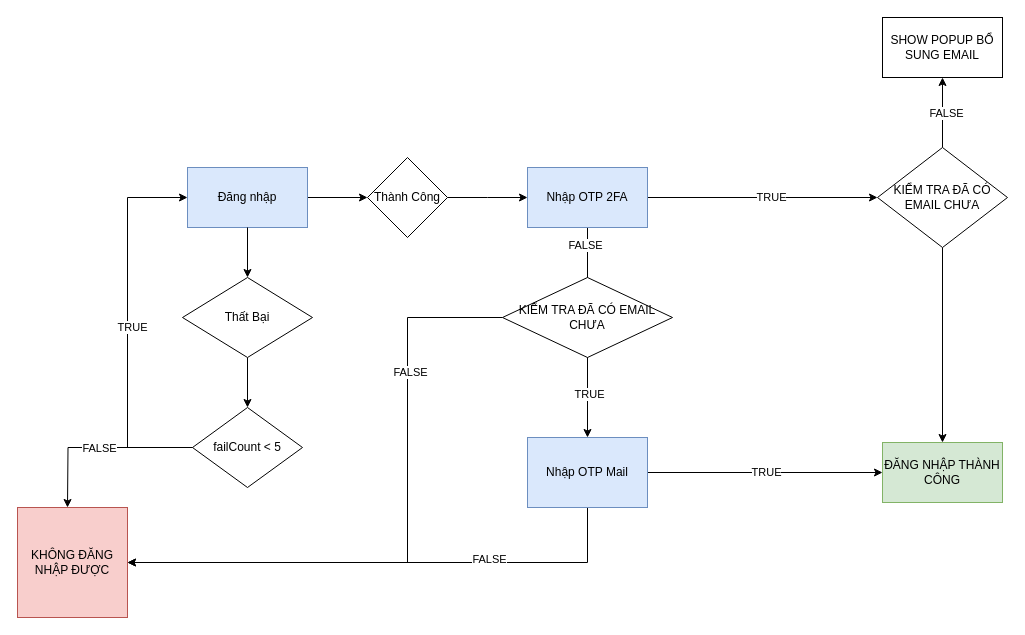
Earlier version of the draw.io diagram Untitled Diagram.drawio (tamdt5/mindmap). Source tidied: cells renumbered, new cells numbered last; positions are measured from the earlier drawing's top-left corner, leaving out a move shared by most shapes. Both pictures are drawn from the tidied source at 100%, with x=0, y=0 at pixel (17, 17).
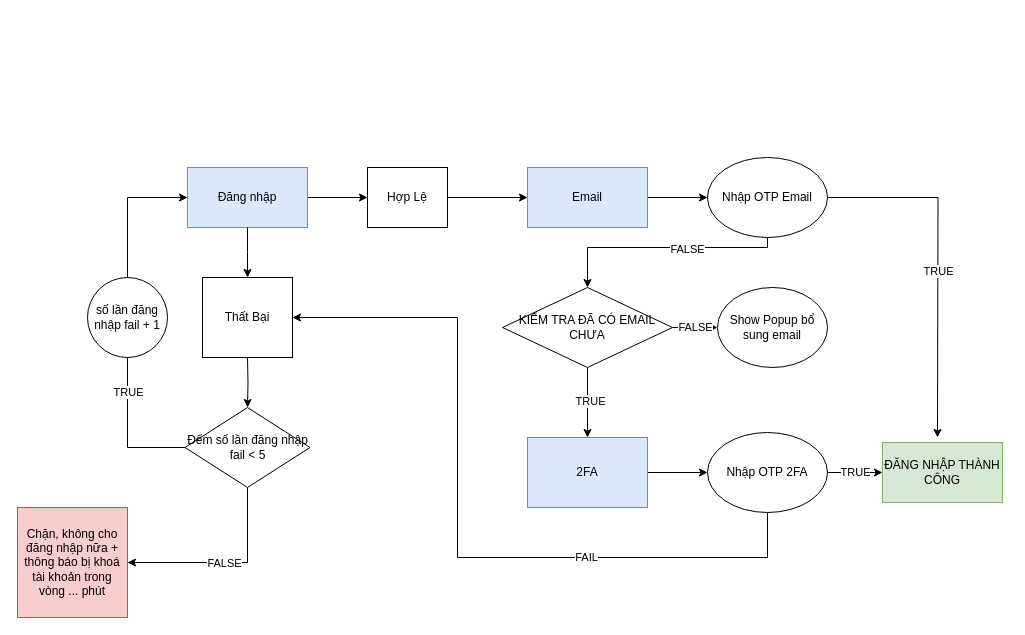
After the change.

The change refers to these unchanged cells:
```xml
<mxCell id="8" value="Đăng nhập" style="rounded=1;whiteSpace=wrap;html=1;arcSize=0;fillColor=#dae8fc;strokeColor=#6c8ebf;" parent="1" vertex="1">
  <mxGeometry x="170" y="150" width="120" height="60" as="geometry" />
</mxCell>
<mxCell id="34" value="ĐĂNG NHẬP THÀNH CÔNG" style="rounded=0;whiteSpace=wrap;html=1;fillColor=#d5e8d4;strokeColor=#82b366;" parent="1" vertex="1">
  <mxGeometry x="865" y="425" width="120" height="60" as="geometry" />
</mxCell>
```

Diff of the diagram source:
```diff
@@
-    <mxCell id="2" style="edgeStyle=orthogonalEdgeStyle;rounded=0;jettySize=auto;html=1;entryX=1;entryY=0.5;entryDx=0;entryDy=0;" parent="1" edge="1" source="6">
+    <mxCell id="2" style="edgeStyle=orthogonalEdgeStyle;rounded=0;jettySize=auto;html=1;exitX=0.5;exitY=1;exitDx=0;exitDy=0;entryX=1;entryY=0.5;entryDx=0;entryDy=0;" parent="1" edge="1" source="6" target="12">
       <mxGeometry relative="1" as="geometry">
-        <mxPoint x="50" y="490" as="targetPoint" />
+        <Array as="points">
+          <mxPoint x="230" y="545" />
+        </Array>
       </mxGeometry>
     </mxCell>
@@
-    <mxCell id="4" style="edgeStyle=orthogonalEdgeStyle;rounded=0;jettySize=auto;html=1;entryX=0;entryY=0.5;entryDx=0;entryDy=0;" parent="1" edge="1" source="6" target="8">
+    <mxCell id="4" style="edgeStyle=orthogonalEdgeStyle;rounded=0;jettySize=auto;html=1;entryX=0;entryY=0.5;entryDx=0;entryDy=0;" parent="1" edge="1" source="53" target="8">
       <mxGeometry relative="1" as="geometry">
         <Array as="points">
-          <mxPoint x="110" y="430" />
           <mxPoint x="110" y="180" />
         </Array>
       </mxGeometry>
     </mxCell>
-    <mxCell id="5" value="TRUE" style="edgeLabel;html=1;align=center;verticalAlign=middle;" parent="4" vertex="1">
-      <mxGeometry x="-0.01" y="-4" relative="1" as="geometry" />
-    </mxCell>
-    <mxCell id="6" value="failCount &amp;lt; 5" style="rhombus;whiteSpace=wrap;html=1;strokeColor=default;" parent="1" vertex="1">
-      <mxGeometry x="175" y="390" width="110" height="80" as="geometry" />
+    <mxCell id="6" value="Đếm số lần đăng nhập fail &amp;lt; 5" style="rhombus;whiteSpace=wrap;html=1;strokeColor=default;" parent="1" vertex="1">
+      <mxGeometry x="167.5" y="390" width="125" height="80" as="geometry" />
     </mxCell>
-    <mxCell id="7" style="edgeStyle=orthogonalEdgeStyle;rounded=0;jettySize=auto;html=1;entryX=0;entryY=0.5;entryDx=0;entryDy=0;" parent="1" edge="1" source="8" target="14">
-      <mxGeometry relative="1" as="geometry" />
+    <mxCell id="7" style="edgeStyle=orthogonalEdgeStyle;rounded=0;jettySize=auto;html=1;entryX=0;entryY=0.5;entryDx=0;entryDy=0;" parent="1" edge="1" source="8">
+      <mxGeometry relative="1" as="geometry">
+        <mxPoint x="350" y="180" as="targetPoint" />
+      </mxGeometry>
     </mxCell>
@@
-    <mxCell id="9" style="edgeStyle=orthogonalEdgeStyle;rounded=0;jettySize=auto;html=1;" parent="1" edge="1" source="8" target="11">
-      <mxGeometry relative="1" as="geometry" />
+    <mxCell id="9" style="edgeStyle=orthogonalEdgeStyle;rounded=0;jettySize=auto;html=1;" parent="1" edge="1" source="8">
+      <mxGeometry relative="1" as="geometry">
+        <mxPoint x="230" y="260" as="targetPoint" />
+      </mxGeometry>
     </mxCell>
-    <mxCell id="10" style="edgeStyle=orthogonalEdgeStyle;rounded=0;jettySize=auto;html=1;entryX=0.5;entryY=0;entryDx=0;entryDy=0;" parent="1" edge="1" source="11" target="6">
-      <mxGeometry relative="1" as="geometry" />
+    <mxCell id="10" style="edgeStyle=orthogonalEdgeStyle;rounded=0;jettySize=auto;html=1;entryX=0.5;entryY=0;entryDx=0;entryDy=0;" parent="1" edge="1" target="6">
+      <mxGeometry relative="1" as="geometry">
+        <mxPoint x="230" y="340" as="sourcePoint" />
+      </mxGeometry>
     </mxCell>
-    <mxCell id="11" value="Thất Bại" style="rhombus;whiteSpace=wrap;html=1;" parent="1" vertex="1">
-      <mxGeometry x="165" y="260" width="130" height="80" as="geometry" />
-    </mxCell>
-    <mxCell id="12" value="KHÔNG ĐĂNG NHẬP ĐƯỢC" style="whiteSpace=wrap;html=1;fillColor=#f8cecc;strokeColor=#b85450;" parent="1" vertex="1">
+    <mxCell id="12" value="Chặn, không cho đăng nhập nữa + thông báo bị khoá tài khoản trong vòng ... phút" style="whiteSpace=wrap;html=1;fillColor=#f8cecc;strokeColor=#b85450;" parent="1" vertex="1">
       <mxGeometry y="490" width="110" height="110" as="geometry" />
     </mxCell>
-    <mxCell id="13" style="edgeStyle=orthogonalEdgeStyle;rounded=0;jettySize=auto;html=1;" parent="1" edge="1" source="14">
+    <mxCell id="13" style="edgeStyle=orthogonalEdgeStyle;rounded=0;orthogonalLoop=1;jettySize=auto;html=1;" parent="1" edge="1">
       <mxGeometry relative="1" as="geometry">
+        <mxPoint x="430" y="180" as="sourcePoint" />
         <mxPoint x="510" y="180" as="targetPoint" />
       </mxGeometry>
     </mxCell>
-    <mxCell id="14" value="Thành Công" style="rhombus;whiteSpace=wrap;html=1;" parent="1" vertex="1">
-      <mxGeometry x="350" y="140" width="80" height="80" as="geometry" />
-    </mxCell>
-    <mxCell id="15" style="edgeStyle=orthogonalEdgeStyle;rounded=0;jettySize=auto;html=1;entryX=0;entryY=0.5;entryDx=0;entryDy=0;" parent="1" edge="1" source="20" target="29">
-      <mxGeometry relative="1" as="geometry" />
-    </mxCell>
-    <mxCell id="16" value="TRUE" style="edgeLabel;html=1;align=center;verticalAlign=middle;" parent="15" vertex="1">
-      <mxGeometry x="0.07" y="1" relative="1" as="geometry" />
-    </mxCell>
-    <mxCell id="17" style="edgeStyle=orthogonalEdgeStyle;rounded=0;jettySize=auto;html=1;entryX=0.5;entryY=0;entryDx=0;entryDy=0;" parent="1" edge="1" source="20" target="25">
-      <mxGeometry relative="1" as="geometry" />
-    </mxCell>
-    <mxCell id="18" value="TRUE" style="edgeLabel;html=1;align=center;verticalAlign=middle;" parent="17" vertex="1">
-      <mxGeometry x="0.58" y="1" relative="1" as="geometry" />
-    </mxCell>
-    <mxCell id="19" value="FALSE" style="edgeLabel;html=1;align=center;verticalAlign=middle;" parent="17" vertex="1">
-      <mxGeometry x="-0.84" y="-3" relative="1" as="geometry" />
-    </mxCell>
+    <mxCell id="35" style="edgeStyle=orthogonalEdgeStyle;rounded=0;jettySize=auto;html=1;entryX=0;entryY=0.5;entryDx=0;entryDy=0;" parent="1" edge="1" source="20" target="46">
+      <mxGeometry relative="1" as="geometry" />
+    </mxCell>
-    <mxCell id="20" value="Nhập OTP 2FA" style="rounded=0;whiteSpace=wrap;html=1;fillColor=#dae8fc;strokeColor=#6c8ebf;" parent="1" vertex="1">
+    <mxCell id="20" value="Email" style="rounded=0;whiteSpace=wrap;html=1;fillColor=#dae8fc;strokeColor=#6c8ebf;" parent="1" vertex="1">
       <mxGeometry x="510" y="150" width="120" height="60" as="geometry" />
     </mxCell>
-    <mxCell id="21" style="edgeStyle=orthogonalEdgeStyle;rounded=0;jettySize=auto;html=1;entryX=0;entryY=0.5;entryDx=0;entryDy=0;" parent="1" edge="1" source="25" target="34">
-      <mxGeometry relative="1" as="geometry" />
-    </mxCell>
-    <mxCell id="22" value="TRUE" style="edgeLabel;html=1;align=center;verticalAlign=middle;" parent="21" vertex="1">
-      <mxGeometry y="1" relative="1" as="geometry" />
-    </mxCell>
-    <mxCell id="23" style="edgeStyle=orthogonalEdgeStyle;rounded=0;jettySize=auto;html=1;entryX=1;entryY=0.5;entryDx=0;entryDy=0;" parent="1" edge="1" source="25" target="12">
-      <mxGeometry relative="1" as="geometry">
-        <Array as="points">
-          <mxPoint x="570" y="545" />
-        </Array>
-      </mxGeometry>
-    </mxCell>
-    <mxCell id="24" value="FALSE" style="edgeLabel;html=1;align=center;verticalAlign=middle;" parent="23" vertex="1">
-      <mxGeometry x="-0.72" y="-4" relative="1" as="geometry">
-        <mxPoint x="-82" as="offset" />
-      </mxGeometry>
-    </mxCell>
+    <mxCell id="36" style="edgeStyle=orthogonalEdgeStyle;rounded=0;jettySize=auto;html=1;entryX=0;entryY=0.5;entryDx=0;entryDy=0;" parent="1" edge="1" source="25" target="50">
+      <mxGeometry relative="1" as="geometry" />
+    </mxCell>
-    <mxCell id="25" value="Nhập OTP Mail" style="rounded=0;whiteSpace=wrap;html=1;fillColor=#dae8fc;strokeColor=#6c8ebf;" parent="1" vertex="1">
+    <mxCell id="25" value="2FA" style="rounded=0;whiteSpace=wrap;html=1;fillColor=#dae8fc;strokeColor=#6c8ebf;" parent="1" vertex="1">
       <mxGeometry x="510" y="420" width="120" height="70" as="geometry" />
     </mxCell>
-    <mxCell id="26" style="edgeStyle=orthogonalEdgeStyle;rounded=0;jettySize=auto;html=1;" parent="1" edge="1" source="29" target="30">
-      <mxGeometry relative="1" as="geometry" />
-    </mxCell>
-    <mxCell id="27" value="FALSE" style="edgeLabel;html=1;align=center;verticalAlign=middle;" parent="26" vertex="1">
-      <mxGeometry y="-2" relative="1" as="geometry">
-        <mxPoint x="1" as="offset" />
-      </mxGeometry>
-    </mxCell>
-    <mxCell id="28" style="edgeStyle=orthogonalEdgeStyle;rounded=0;jettySize=auto;html=1;" parent="1" edge="1" source="29" target="34">
-      <mxGeometry relative="1" as="geometry" />
-    </mxCell>
-    <mxCell id="29" value="KIỂM TRA ĐÃ CÓ EMAIL CHƯA" style="rhombus;whiteSpace=wrap;html=1;" parent="1" vertex="1">
-      <mxGeometry x="860" y="130" width="130" height="100" as="geometry" />
-    </mxCell>
-    <mxCell id="30" value="SHOW POPUP BỔ SUNG EMAIL" style="rounded=0;whiteSpace=wrap;html=1;" parent="1" vertex="1">
-      <mxGeometry x="865" width="120" height="60" as="geometry" />
-    </mxCell>
-    <mxCell id="31" style="edgeStyle=orthogonalEdgeStyle;rounded=0;jettySize=auto;html=1;entryX=1;entryY=0.5;entryDx=0;entryDy=0;" parent="1" edge="1" source="33" target="12">
-      <mxGeometry relative="1" as="geometry">
-        <Array as="points">
-          <mxPoint x="390" y="300" />
-          <mxPoint x="390" y="545" />
-        </Array>
-      </mxGeometry>
-    </mxCell>
-    <mxCell id="32" value="FALSE" style="edgeLabel;html=1;align=center;verticalAlign=middle;" parent="31" vertex="1">
-      <mxGeometry x="-0.52" y="2" relative="1" as="geometry" />
-    </mxCell>
+    <mxCell id="37" style="edgeStyle=orthogonalEdgeStyle;rounded=0;jettySize=auto;html=1;entryX=0.5;entryY=0;entryDx=0;entryDy=0;" parent="1" edge="1" source="33" target="25">
+      <mxGeometry relative="1" as="geometry" />
+    </mxCell>
+    <mxCell id="38" value="TRUE" style="edgeLabel;html=1;align=center;verticalAlign=middle;" parent="37" vertex="1">
+      <mxGeometry x="-0.07" y="2" relative="1" as="geometry" />
+    </mxCell>
+    <mxCell id="39" style="edgeStyle=orthogonalEdgeStyle;rounded=0;jettySize=auto;html=1;" parent="1" edge="1" source="33">
+      <mxGeometry relative="1" as="geometry">
+        <mxPoint x="700" y="310" as="targetPoint" />
+      </mxGeometry>
+    </mxCell>
+    <mxCell id="40" value="FALSE" style="edgeLabel;html=1;align=center;verticalAlign=middle;" parent="39" vertex="1">
+      <mxGeometry x="-0.01" relative="1" as="geometry">
+        <mxPoint y="-1" as="offset" />
+      </mxGeometry>
+    </mxCell>
     <mxCell id="33" value="KIỂM TRA ĐÃ CÓ EMAIL CHƯA" style="rhombus;whiteSpace=wrap;html=1;" parent="1" vertex="1">
-      <mxGeometry x="485" y="260" width="170" height="80" as="geometry" />
+      <mxGeometry x="485" y="270" width="170" height="80" as="geometry" />
     </mxCell>
@@
+    <mxCell id="41" value="Hợp Lệ" style="rounded=0;whiteSpace=wrap;html=1;" parent="1" vertex="1">
+      <mxGeometry x="350" y="150" width="80" height="60" as="geometry" />
+    </mxCell>
+    <mxCell id="42" style="edgeStyle=orthogonalEdgeStyle;rounded=0;jettySize=auto;html=1;" parent="1" edge="1" source="46">
+      <mxGeometry relative="1" as="geometry">
+        <mxPoint x="920" y="420" as="targetPoint" />
+      </mxGeometry>
+    </mxCell>
+    <mxCell id="43" value="TRUE" style="edgeLabel;html=1;align=center;verticalAlign=middle;" parent="42" vertex="1">
+      <mxGeometry x="0.05" relative="1" as="geometry" />
+    </mxCell>
+    <mxCell id="44" style="edgeStyle=orthogonalEdgeStyle;rounded=0;jettySize=auto;html=1;entryX=0.5;entryY=0;entryDx=0;entryDy=0;" parent="1" edge="1" source="46" target="33">
+      <mxGeometry relative="1" as="geometry">
+        <Array as="points">
+          <mxPoint x="750" y="230" />
+          <mxPoint x="570" y="230" />
+        </Array>
+      </mxGeometry>
+    </mxCell>
+    <mxCell id="45" value="FALSE" style="edgeLabel;html=1;align=center;verticalAlign=middle;" parent="44" vertex="1">
+      <mxGeometry x="-0.2" y="1" relative="1" as="geometry">
+        <mxPoint x="1" as="offset" />
+      </mxGeometry>
+    </mxCell>
+    <mxCell id="46" value="Nhập OTP Email" style="ellipse;whiteSpace=wrap;html=1;" parent="1" vertex="1">
+      <mxGeometry x="690" y="140" width="120" height="80" as="geometry" />
+    </mxCell>
+    <mxCell id="47" value="TRUE" style="edgeStyle=orthogonalEdgeStyle;rounded=0;jettySize=auto;html=1;entryX=0;entryY=0.5;entryDx=0;entryDy=0;" parent="1" edge="1" source="50" target="34">
+      <mxGeometry relative="1" as="geometry" />
+    </mxCell>
+    <mxCell id="48" style="edgeStyle=orthogonalEdgeStyle;rounded=0;jettySize=auto;html=1;entryX=1;entryY=0.5;entryDx=0;entryDy=0;" parent="1" edge="1" source="50" target="11">
+      <mxGeometry relative="1" as="geometry">
+        <Array as="points">
+          <mxPoint x="750" y="540" />
+          <mxPoint x="440" y="540" />
+          <mxPoint x="440" y="300" />
+        </Array>
+      </mxGeometry>
+    </mxCell>
+    <mxCell id="49" value="FAIL" style="edgeLabel;html=1;align=center;verticalAlign=middle;" parent="48" vertex="1">
+      <mxGeometry x="-0.4" y="-1" relative="1" as="geometry">
+        <mxPoint x="1" as="offset" />
+      </mxGeometry>
+    </mxCell>
+    <mxCell id="50" value="Nhập OTP 2FA" style="ellipse;whiteSpace=wrap;html=1;" parent="1" vertex="1">
+      <mxGeometry x="690" y="415" width="120" height="80" as="geometry" />
+    </mxCell>
+    <mxCell id="11" value="Thất Bại" style="rounded=0;whiteSpace=wrap;html=1;" parent="1" vertex="1">
+      <mxGeometry x="185" y="260" width="90" height="80" as="geometry" />
+    </mxCell>
+    <mxCell id="51" style="edgeStyle=orthogonalEdgeStyle;rounded=0;jettySize=auto;html=1;entryX=0;entryY=0.5;entryDx=0;entryDy=0;" parent="1" edge="1" source="6" target="53">
+      <mxGeometry relative="1" as="geometry">
+        <Array as="points">
+          <mxPoint x="110" y="430" />
+        </Array>
+      </mxGeometry>
+    </mxCell>
+    <mxCell id="52" value="TRUE" style="edgeLabel;html=1;align=center;verticalAlign=middle;" parent="51" vertex="1">
+      <mxGeometry x="-0.01" y="-4" relative="1" as="geometry">
+        <mxPoint x="-4" as="offset" />
+      </mxGeometry>
+    </mxCell>
+    <mxCell id="53" value="số lần đăng nhập fail + 1" style="ellipse;whiteSpace=wrap;html=1;" parent="1" vertex="1">
+      <mxGeometry x="70" y="260" width="80" height="80" as="geometry" />
+    </mxCell>
+    <mxCell id="54" value="Show Popup bổ sung email" style="ellipse;whiteSpace=wrap;html=1;" parent="1" vertex="1">
+      <mxGeometry x="700" y="270" width="110" height="80" as="geometry" />
+    </mxCell>
```
